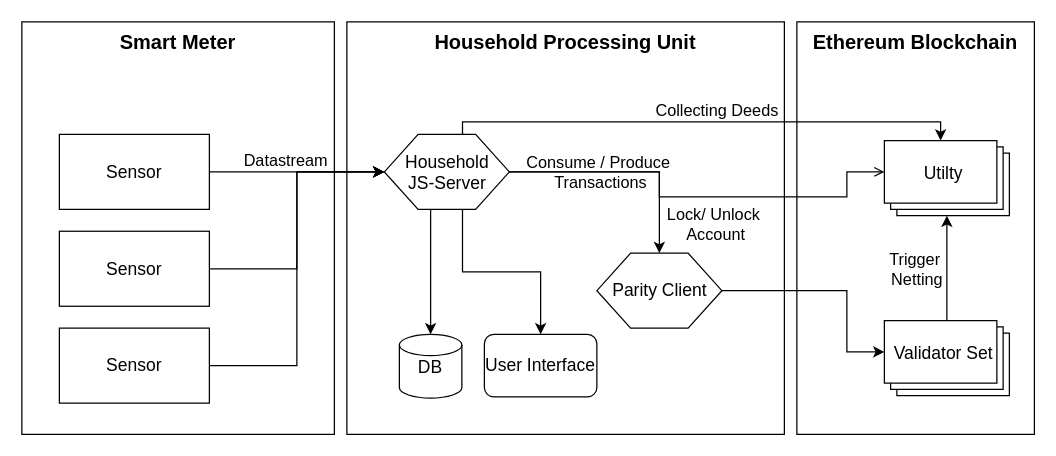
The draw.io diagram documentation/architecture.drawio in JacobEberhardt/decentralized-energy-trading, before the edit. Source tidied: cells renumbered, new cells numbered last; positions are measured from the earlier drawing's top-left corner, leaving out a move shared by most shapes. Both pictures are drawn from the tidied source at 125%, with x=0, y=0 at pixel (21, 21).
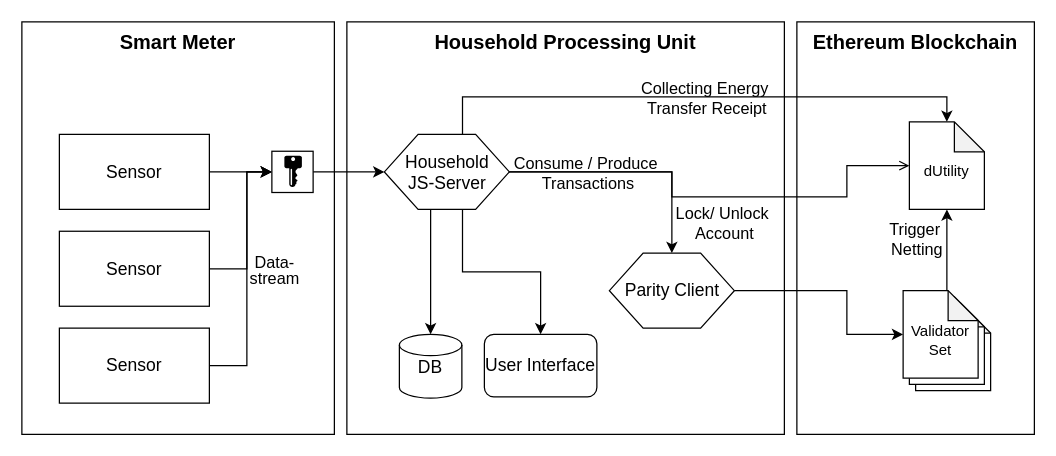
Above is the later version.

Unchanged cells that the change refers to:
```xml
<mxCell id="6" value="Sensor" style="rounded=0;whiteSpace=wrap;html=1;fontSize=14;" parent="1" vertex="1">
  <mxGeometry x="30" y="90" width="120" height="60" as="geometry" />
</mxCell>
<mxCell id="17" value="Household&lt;br style=&quot;font-size: 14px;&quot;&gt;JS-Server" style="verticalLabelPosition=middle;verticalAlign=middle;strokeWidth=1;shape=hexagon;perimeter=hexagonPerimeter2;arcSize=6;size=0.27;labelPosition=center;align=center;html=1;fontSize=14;" parent="1" vertex="1">
  <mxGeometry x="290" y="90" width="100" height="60" as="geometry" />
</mxCell>
<mxCell id="26" value="Sensor" style="rounded=0;whiteSpace=wrap;html=1;fontSize=14;" parent="1" vertex="1">
  <mxGeometry x="30" y="167.5" width="120" height="60" as="geometry" />
</mxCell>
<mxCell id="28" value="Sensor" style="rounded=0;whiteSpace=wrap;html=1;fontSize=14;" parent="1" vertex="1">
  <mxGeometry x="30" y="245" width="120" height="60" as="geometry" />
</mxCell>
```

Diff of the diagram source:
```diff
@@
-    <mxCell id="4" style="edgeStyle=orthogonalEdgeStyle;rounded=0;jettySize=auto;html=1;labelPosition=center;verticalLabelPosition=top;align=center;verticalAlign=bottom;spacingTop=0;endArrow=classic;endFill=1;fontSize=12;" parent="1" edge="1" source="6" target="17">
+    <mxCell id="4" style="edgeStyle=orthogonalEdgeStyle;rounded=0;jettySize=auto;html=1;labelPosition=center;verticalLabelPosition=top;align=center;verticalAlign=bottom;spacingTop=0;endArrow=classic;endFill=1;fontSize=12;entryX=0;entryY=0.5;entryDx=0;entryDy=0;" parent="1" edge="1" source="6" target="33">
       <mxGeometry relative="1" as="geometry" />
     </mxCell>
-    <mxCell id="5" value="&lt;p style=&quot;line-height: 100%; font-size: 13px;&quot;&gt;Datastream&lt;/p&gt;" style="text;html=1;align=center;verticalAlign=middle;labelBackgroundColor=none;fontSize=13;" parent="4" vertex="1">
+    <mxCell id="5" value="&lt;p style=&quot;line-height: 100% ; font-size: 13px&quot;&gt;Data-&lt;br&gt;stream&lt;/p&gt;" style="text;html=1;align=center;verticalAlign=middle;labelBackgroundColor=none;fontSize=13;spacingLeft=3;" parent="4" vertex="1">
       <mxGeometry x="-0.29" y="1" relative="1" as="geometry">
-        <mxPoint x="10" y="-9" as="offset" />
+        <mxPoint x="32" y="78.5" as="offset" />
       </mxGeometry>
     </mxCell>
@@
-    <mxCell id="8" style="edgeStyle=orthogonalEdgeStyle;rounded=0;jettySize=auto;html=1;exitX=1;exitY=0.5;exitDx=0;exitDy=0;entryX=0;entryY=0;entryDx=0;entryDy=25;entryPerimeter=0;fontSize=12;" parent="1" edge="1" source="9" target="23">
+    <mxCell id="8" style="edgeStyle=orthogonalEdgeStyle;rounded=0;jettySize=auto;html=1;exitX=1;exitY=0.5;exitDx=0;exitDy=0;entryX=0;entryY=0.5;entryDx=0;entryDy=0;entryPerimeter=0;fontSize=12;" parent="1" edge="1" source="9" target="23">
       <mxGeometry relative="1" as="geometry">
         <Array as="points">
           <mxPoint x="660" y="215" />
-          <mxPoint x="660" y="264" />
+          <mxPoint x="660" y="250" />
         </Array>
       </mxGeometry>
     </mxCell>
     <mxCell id="9" value="Parity Client" style="verticalLabelPosition=middle;verticalAlign=middle;html=1;strokeWidth=1;shape=hexagon;perimeter=hexagonPerimeter2;arcSize=6;size=0.27;fontSize=14;labelPosition=center;align=center;" parent="1" vertex="1">
-      <mxGeometry x="460" y="185" width="100" height="60" as="geometry" />
+      <mxGeometry x="470" y="185" width="100" height="60" as="geometry" />
     </mxCell>
-    <mxCell id="10" style="edgeStyle=orthogonalEdgeStyle;rounded=0;jettySize=auto;html=1;exitX=1;exitY=0.75;exitDx=0;exitDy=0;fontSize=12;" parent="1" edge="1" source="17" target="9">
+    <mxCell id="10" style="edgeStyle=orthogonalEdgeStyle;rounded=0;jettySize=auto;html=1;exitX=1;exitY=0.75;exitDx=0;exitDy=0;fontSize=12;entryX=0.5;entryY=0;entryDx=0;entryDy=0;" parent="1" edge="1" source="17" target="9">
       <mxGeometry relative="1" as="geometry">
         <Array as="points">
           <mxPoint x="379" y="120" />
-          <mxPoint x="510" y="120" />
+          <mxPoint x="520" y="120" />
+          <mxPoint x="520" y="185" />
         </Array>
       </mxGeometry>
     </mxCell>
-    <mxCell id="11" value="Lock/ Unlock&amp;nbsp;&lt;br style=&quot;font-size: 13px&quot;&gt;Account&lt;br style=&quot;font-size: 13px&quot;&gt;" style="text;html=1;align=center;verticalAlign=middle;labelBackgroundColor=none;fontSize=13;" parent="10" vertex="1">
+    <mxCell id="11" value="Lock/ Unlock&amp;nbsp;&lt;br style=&quot;font-size: 13px&quot;&gt;Account&lt;br style=&quot;font-size: 13px&quot;&gt;" style="text;html=1;align=center;verticalAlign=middle;labelBackgroundColor=none;fontSize=13;spacingLeft=3;" parent="10" vertex="1">
       <mxGeometry x="0.42" y="-1" relative="1" as="geometry">
-        <mxPoint x="45" y="37" as="offset" />
+        <mxPoint x="41" y="39" as="offset" />
       </mxGeometry>
     </mxCell>
@@
-    <mxCell id="13" style="edgeStyle=orthogonalEdgeStyle;rounded=0;jettySize=auto;html=1;exitX=1;exitY=0.5;exitDx=0;exitDy=0;endArrow=open;endFill=0;fontSize=12;" parent="1" edge="1" source="17">
+    <mxCell id="13" style="edgeStyle=orthogonalEdgeStyle;rounded=0;jettySize=auto;html=1;exitX=1;exitY=0.5;exitDx=0;exitDy=0;endArrow=open;endFill=0;fontSize=12;entryX=0;entryY=0.5;entryDx=0;entryDy=0;entryPerimeter=0;" parent="1" edge="1" source="17" target="29">
       <mxGeometry relative="1" as="geometry">
-        <mxPoint x="690" y="120" as="targetPoint" />
         <Array as="points">
-          <mxPoint x="510" y="120" />
-          <mxPoint x="510" y="140" />
+          <mxPoint x="520" y="120" />
+          <mxPoint x="520" y="140" />
           <mxPoint x="660" y="140" />
-          <mxPoint x="660" y="120" />
+          <mxPoint x="660" y="115" />
         </Array>
       </mxGeometry>
     </mxCell>
     <mxCell id="14" value="Consume / Produce&lt;br style=&quot;font-size: 13px&quot;&gt;&amp;nbsp;Transactions&lt;br style=&quot;font-size: 13px&quot;&gt;" style="text;html=1;align=center;verticalAlign=middle;labelBackgroundColor=none;fontSize=13;" parent="13" vertex="1">
       <mxGeometry x="0.6" relative="1" as="geometry">
-        <mxPoint x="-182" y="-21" as="offset" />
+        <mxPoint x="-210" y="-18" as="offset" />
       </mxGeometry>
     </mxCell>
-    <mxCell id="15" style="edgeStyle=orthogonalEdgeStyle;rounded=0;jettySize=auto;html=1;exitX=0.625;exitY=0;exitDx=0;exitDy=0;entryX=0;entryY=0;entryDx=45;entryDy=0;entryPerimeter=0;strokeColor=#000000;startArrow=none;startFill=0;fontSize=12;" parent="1" edge="1" source="17" target="24">
+    <mxCell id="15" style="edgeStyle=orthogonalEdgeStyle;rounded=0;jettySize=auto;html=1;exitX=0.625;exitY=0;exitDx=0;exitDy=0;strokeColor=#000000;startArrow=none;startFill=0;fontSize=12;entryX=0.5;entryY=0;entryDx=0;entryDy=0;entryPerimeter=0;" parent="1" edge="1" source="17" target="29">
       <mxGeometry relative="1" as="geometry">
         <Array as="points">
-          <mxPoint x="353" y="80" />
-          <mxPoint x="735" y="80" />
+          <mxPoint x="353" y="60" />
+          <mxPoint x="740" y="60" />
         </Array>
       </mxGeometry>
     </mxCell>
-    <mxCell id="16" value="Collecting Deeds" style="text;html=1;align=center;verticalAlign=middle;labelBackgroundColor=none;fontSize=13;" parent="15" vertex="1">
+    <mxCell id="16" value="Collecting Energy&amp;nbsp;&lt;br&gt;Transfer Receipt" style="text;html=1;align=center;verticalAlign=middle;labelBackgroundColor=none;fontSize=13;" parent="15" vertex="1">
       <mxGeometry x="0.11" y="-1" relative="1" as="geometry">
-        <mxPoint x="-13" y="-11" as="offset" />
+        <mxPoint x="-18" y="-1" as="offset" />
       </mxGeometry>
     </mxCell>
@@
-    <mxCell id="21" style="edgeStyle=orthogonalEdgeStyle;rounded=0;jettySize=auto;html=1;exitX=0.5;exitY=0.5;exitDx=0;exitDy=0;exitPerimeter=0;endArrow=classic;endFill=1;fontSize=12;" parent="1" edge="1" source="23" target="24">
-      <mxGeometry relative="1" as="geometry" />
+    <mxCell id="21" style="edgeStyle=orthogonalEdgeStyle;rounded=0;jettySize=auto;html=1;endArrow=classic;endFill=1;fontSize=12;entryX=0.5;entryY=1;entryDx=0;entryDy=0;entryPerimeter=0;" parent="1" edge="1" source="23" target="29">
+      <mxGeometry relative="1" as="geometry">
+        <Array as="points">
+          <mxPoint x="740" y="200" />
+          <mxPoint x="740" y="200" />
+        </Array>
+      </mxGeometry>
     </mxCell>
@@
-    <mxCell id="23" value="Validator Set&lt;br style=&quot;font-size: 14px;&quot;&gt;" style="verticalLabelPosition=middle;verticalAlign=middle;html=1;shape=mxgraph.basic.layered_rect;dx=10;outlineConnect=0;strokeWidth=1;fillColor=#FFFFFF;labelPosition=center;align=center;spacingTop=-8;spacingLeft=-6;fontSize=14;" parent="1" vertex="1">
-      <mxGeometry x="690" y="239" width="100" height="60" as="geometry" />
-    </mxCell>
-    <mxCell id="24" value="Utilty" style="verticalLabelPosition=middle;verticalAlign=middle;html=1;shape=mxgraph.basic.layered_rect;dx=10;outlineConnect=0;strokeWidth=1;fillColor=#FFFFFF;spacingTop=-8;spacingLeft=-6;labelPosition=center;align=center;fontSize=14;" parent="1" vertex="1">
-      <mxGeometry x="690" y="95" width="100" height="60" as="geometry" />
-    </mxCell>
-    <mxCell id="25" style="edgeStyle=orthogonalEdgeStyle;rounded=0;jettySize=auto;html=1;exitX=1;exitY=0.5;exitDx=0;exitDy=0;entryX=0;entryY=0.5;entryDx=0;entryDy=0;fontSize=12;" parent="1" edge="1" source="26" target="17">
-      <mxGeometry relative="1" as="geometry" />
+    <mxCell id="25" style="edgeStyle=orthogonalEdgeStyle;rounded=0;jettySize=auto;html=1;exitX=1;exitY=0.5;exitDx=0;exitDy=0;entryX=0;entryY=0.5;entryDx=0;entryDy=0;fontSize=12;" parent="1" edge="1" source="26" target="33">
+      <mxGeometry relative="1" as="geometry">
+        <Array as="points">
+          <mxPoint x="180" y="198" />
+          <mxPoint x="180" y="120" />
+        </Array>
+      </mxGeometry>
     </mxCell>
@@
-    <mxCell id="27" style="edgeStyle=orthogonalEdgeStyle;rounded=0;jettySize=auto;html=1;exitX=1;exitY=0.5;exitDx=0;exitDy=0;entryX=0;entryY=0.5;entryDx=0;entryDy=0;fontSize=12;" parent="1" edge="1" source="28" target="17">
-      <mxGeometry relative="1" as="geometry" />
+    <mxCell id="27" style="edgeStyle=orthogonalEdgeStyle;rounded=0;jettySize=auto;html=1;exitX=1;exitY=0.5;exitDx=0;exitDy=0;entryX=0;entryY=0.5;entryDx=0;entryDy=0;fontSize=12;" parent="1" edge="1" source="28" target="33">
+      <mxGeometry relative="1" as="geometry">
+        <Array as="points">
+          <mxPoint x="180" y="275" />
+          <mxPoint x="180" y="120" />
+        </Array>
+      </mxGeometry>
     </mxCell>
@@
+    <mxCell id="29" value="dUtility" style="shape=note;html=1;backgroundOutline=1;darkOpacity=0.05;whiteSpace=wrap;rotation=0;labelPosition=center;verticalLabelPosition=middle;align=center;verticalAlign=middle;spacingTop=9;size=24;" parent="1" vertex="1">
+      <mxGeometry x="710" y="80" width="60" height="70" as="geometry" />
+    </mxCell>
+    <mxCell id="30" style="shape=note;html=1;backgroundOutline=1;darkOpacity=0.05;whiteSpace=wrap;rotation=0;labelPosition=center;verticalLabelPosition=middle;align=center;verticalAlign=middle;spacingTop=9;size=24;" parent="1" vertex="1">
+      <mxGeometry x="715" y="225" width="60" height="70" as="geometry" />
+    </mxCell>
+    <mxCell id="31" style="shape=note;html=1;backgroundOutline=1;darkOpacity=0.05;whiteSpace=wrap;rotation=0;labelPosition=center;verticalLabelPosition=middle;align=center;verticalAlign=middle;spacingTop=9;size=24;" parent="1" vertex="1">
+      <mxGeometry x="710" y="220" width="60" height="70" as="geometry" />
+    </mxCell>
+    <mxCell id="23" value="Validator Set&lt;br&gt;" style="shape=note;html=1;backgroundOutline=1;darkOpacity=0.05;whiteSpace=wrap;rotation=0;labelPosition=center;verticalLabelPosition=middle;align=center;verticalAlign=middle;spacingTop=9;size=24;" parent="1" vertex="1">
+      <mxGeometry x="705" y="215" width="60" height="70" as="geometry" />
+    </mxCell>
+    <mxCell id="32" style="edgeStyle=orthogonalEdgeStyle;rounded=0;jettySize=auto;html=1;" parent="1" edge="1" source="33" target="17">
+      <mxGeometry relative="1" as="geometry" />
+    </mxCell>
+    <mxCell id="33" style="whiteSpace=wrap;html=1;" parent="1" vertex="1">
+      <mxGeometry x="200" y="103.5" width="33" height="33" as="geometry" />
+    </mxCell>
+    <mxCell id="34" style="shadow=0;dashed=0;html=1;strokeColor=none;labelPosition=center;verticalLabelPosition=bottom;verticalAlign=top;align=center;shape=mxgraph.mscae.enterprise.key_permissions;fillColor=#000000;" parent="1" vertex="1">
+      <mxGeometry x="210" y="107" width="14" height="25.2" as="geometry" />
+    </mxCell>
```
